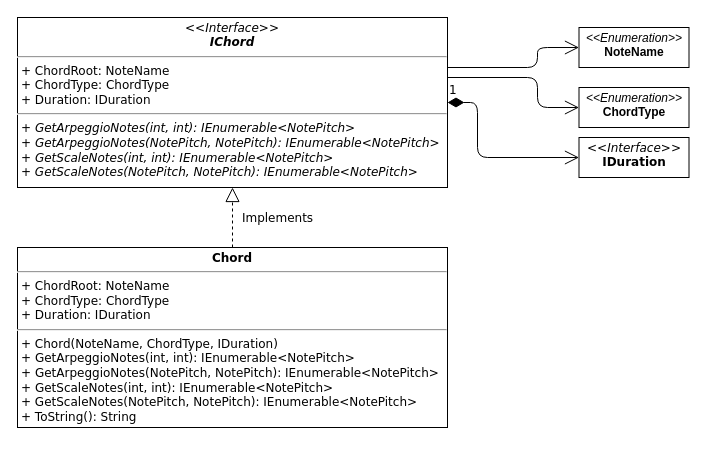
cwelt/Soloist keeps this draw.io diagram as page "Chords" (6 of 7) of Design/Diagrams/templates/Music-Theory-Class-Diagram.drawio. Above is the earlier version. Source tidied: cells renumbered, new cells numbered last; positions are measured from the earlier drawing's top-left corner, leaving out a move shared by most shapes. Both pictures are drawn from the tidied source at 100%, with x=0, y=0 at pixel (17, 17).
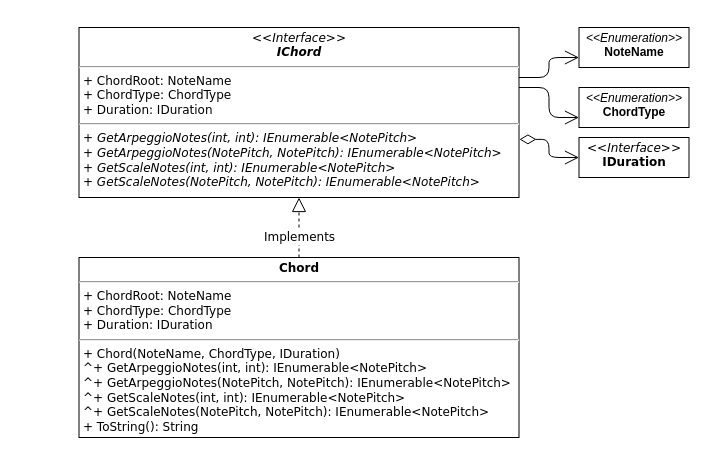
Above is the later version.

The edit, as a diff of the source:
```diff
@@
 <mxGraphModel>
   <root>
     <mxCell id="0" />
     <mxCell id="1" parent="0" />
     <mxCell id="2" value="Implements" style="endArrow=block;dashed=1;endFill=0;endSize=12;html=1;fontFamily=Verdana;fontSize=12;entryX=0.5;entryY=1;entryDx=0;entryDy=0;" parent="1" edge="1" source="9" target="8">
-      <mxGeometry y="-45" relative="1" as="geometry">
-        <mxPoint y="1" as="offset" />
-      </mxGeometry>
+      <mxGeometry x="-0.33" relative="1" as="geometry" />
     </mxCell>
     <mxCell id="3" value="&lt;p style=&quot;margin: 0px ; margin-top: 4px ; text-align: center&quot;&gt;&lt;font style=&quot;font-size: 12px&quot;&gt;&lt;i&gt;&amp;lt;&amp;lt;Enumeration&amp;gt;&amp;gt;&lt;/i&gt;&lt;br&gt;&lt;b&gt;NoteName&lt;/b&gt;&lt;/font&gt;&lt;/p&gt;" style="verticalAlign=top;align=left;overflow=fill;fontSize=12;fontFamily=Helvetica;html=1;" parent="1" vertex="1">
       <mxGeometry x="561.5" y="10" width="110" height="40" as="geometry" />
     </mxCell>
     <mxCell id="4" value="&lt;p style=&quot;margin: 0px ; margin-top: 4px ; text-align: center&quot;&gt;&lt;font style=&quot;font-size: 12px&quot;&gt;&lt;i&gt;&amp;lt;&amp;lt;Enumeration&amp;gt;&amp;gt;&lt;/i&gt;&lt;br&gt;&lt;b&gt;ChordType&lt;/b&gt;&lt;/font&gt;&lt;/p&gt;" style="verticalAlign=top;align=left;overflow=fill;fontSize=12;fontFamily=Helvetica;html=1;" parent="1" vertex="1">
       <mxGeometry x="561.5" y="70" width="110" height="40" as="geometry" />
     </mxCell>
     <mxCell id="5" style="endArrow=open;endFill=1;endSize=12;html=1;fontFamily=Verdana;fontSize=12;edgeStyle=orthogonalEdgeStyle;exitX=1;exitY=0.319;exitDx=0;exitDy=0;exitPerimeter=0;" parent="1" edge="1" source="8" target="3">
       <mxGeometry relative="1" as="geometry">
         <Array as="points">
-          <mxPoint x="410" y="54" />
-          <mxPoint x="410" y="50" />
-          <mxPoint x="520" y="50" />
-          <mxPoint x="520" y="30" />
+          <mxPoint x="421.5" y="64" />
+          <mxPoint x="421.5" y="60" />
+          <mxPoint x="531.5" y="60" />
+          <mxPoint x="531.5" y="40" />
         </Array>
       </mxGeometry>
     </mxCell>
     <mxCell id="6" style="endArrow=open;endFill=1;endSize=12;html=1;fontFamily=Verdana;fontSize=12;edgeStyle=orthogonalEdgeStyle;" parent="1" edge="1" source="8" target="4">
       <mxGeometry relative="1" as="geometry">
         <Array as="points">
-          <mxPoint x="520" y="60" />
-          <mxPoint x="520" y="90" />
+          <mxPoint x="531.5" y="70" />
+          <mxPoint x="531.5" y="100" />
         </Array>
       </mxGeometry>
     </mxCell>
     <mxCell id="7" value="&lt;p style=&quot;margin: 4px 0px 0px ; text-align: center&quot;&gt;&lt;font style=&quot;font-size: 12px&quot;&gt;&lt;i&gt;&amp;lt;&amp;lt;&lt;/i&gt;&lt;i&gt;Interface&lt;/i&gt;&lt;i&gt;&amp;gt;&amp;gt;&lt;/i&gt;&lt;br&gt;&lt;b&gt;IDuration&lt;/b&gt;&lt;/font&gt;&lt;/p&gt;" style="verticalAlign=top;align=left;overflow=fill;fontSize=12;fontFamily=Verdana;html=1;" parent="1" vertex="1">
       <mxGeometry x="561.5" y="120" width="110" height="40" as="geometry" />
     </mxCell>
     <mxCell id="8" value="&lt;p style=&quot;margin: 4px 0px 0px ; text-align: center&quot;&gt;&lt;font style=&quot;font-size: 12px&quot;&gt;&lt;i&gt;&amp;lt;&amp;lt;&lt;/i&gt;&lt;i&gt;Interface&lt;/i&gt;&lt;i&gt;&amp;gt;&amp;gt;&lt;/i&gt;&lt;br&gt;&lt;b&gt;&lt;i&gt;IChord&lt;/i&gt;&lt;/b&gt;&lt;/font&gt;&lt;/p&gt;&lt;hr&gt;&lt;p style=&quot;margin: 0px 0px 0px 4px&quot;&gt;&lt;font style=&quot;font-size: 12px&quot;&gt;+ ChordRoot: NoteName&lt;/font&gt;&lt;/p&gt;&lt;p style=&quot;margin: 0px 0px 0px 4px&quot;&gt;&lt;font style=&quot;font-size: 12px&quot;&gt;+ ChordType: ChordType&lt;br&gt;&lt;/font&gt;&lt;/p&gt;&lt;p style=&quot;margin: 0px 0px 0px 4px&quot;&gt;&lt;font style=&quot;font-size: 12px&quot;&gt;+ Duration: IDuration&lt;/font&gt;&lt;/p&gt;&lt;hr&gt;&lt;p style=&quot;margin: 0px 0px 0px 4px&quot;&gt;&lt;i&gt;+&amp;nbsp;&lt;span style=&quot;line-height: 13.8px&quot;&gt;GetArpeggioNotes&lt;/span&gt;(int, int): IEnumerable&amp;lt;NotePitch&amp;gt;&lt;/i&gt;&lt;/p&gt;&lt;p style=&quot;margin: 0px 0px 0px 4px&quot;&gt;&lt;i&gt;+&amp;nbsp;&lt;span style=&quot;line-height: 13.8px&quot;&gt;GetArpeggioNotes&lt;/span&gt;(NotePitch, NotePitch): IEnumerable&amp;lt;NotePitch&amp;gt;&lt;br&gt;&lt;/i&gt;&lt;/p&gt;&lt;p style=&quot;margin: 0px 0px 0px 4px&quot;&gt;&lt;i&gt;+&amp;nbsp;&lt;span style=&quot;line-height: 13.8px&quot;&gt;GetScaleNotes&lt;/span&gt;(int, int): IEnumerable&amp;lt;NotePitch&amp;gt;&lt;/i&gt;&lt;/p&gt;&lt;p style=&quot;margin: 0px 0px 0px 4px&quot;&gt;&lt;i&gt;+ GetScaleNotes(NotePitch, NotePitch): IEnumerable&amp;lt;NotePitch&amp;gt;&lt;/i&gt;&lt;/p&gt;&lt;p style=&quot;margin: 0px 0px 0px 4px&quot;&gt;&lt;br&gt;&lt;/p&gt;" style="verticalAlign=top;align=left;overflow=fill;fontSize=12;fontFamily=Verdana;html=1;" parent="1" vertex="1">
-      <mxGeometry width="430" height="170" as="geometry" />
+      <mxGeometry x="61.5" y="10" width="440" height="170" as="geometry" />
     </mxCell>
-    <mxCell id="9" value="&lt;p style=&quot;margin: 4px 0px 0px ; text-align: center ; font-size: 12px&quot;&gt;&lt;b style=&quot;font-size: 12px&quot;&gt;Chord&lt;/b&gt;&lt;/p&gt;&lt;hr style=&quot;font-size: 12px&quot;&gt;&lt;p style=&quot;margin: 0px 0px 0px 4px&quot;&gt;+ ChordRoot: NoteName&lt;/p&gt;&lt;p style=&quot;margin: 0px 0px 0px 4px&quot;&gt;+ ChordType: ChordType&lt;br&gt;&lt;/p&gt;&lt;p style=&quot;margin: 0px 0px 0px 4px&quot;&gt;+ Duration: IDuration&lt;/p&gt;&lt;hr style=&quot;font-size: 12px&quot;&gt;&lt;p style=&quot;margin: 0px 0px 0px 4px&quot;&gt;+ Chord(NoteName, ChordType, IDuration)&lt;br&gt;&lt;/p&gt;&lt;p style=&quot;margin: 0px 0px 0px 4px&quot;&gt;+&amp;nbsp;&lt;span style=&quot;line-height: 13.8px&quot;&gt;GetArpeggioNotes&lt;/span&gt;(int, int): IEnumerable&amp;lt;NotePitch&amp;gt;&lt;/p&gt;&lt;p style=&quot;margin: 0px 0px 0px 4px&quot;&gt;+&amp;nbsp;&lt;span style=&quot;line-height: 13.8px&quot;&gt;GetArpeggioNotes&lt;/span&gt;(NotePitch, NotePitch): IEnumerable&amp;lt;NotePitch&amp;gt;&lt;br&gt;&lt;/p&gt;&lt;p style=&quot;margin: 0px 0px 0px 4px&quot;&gt;+&amp;nbsp;&lt;span style=&quot;line-height: 13.8px&quot;&gt;GetScaleNotes&lt;/span&gt;(int, int): IEnumerable&amp;lt;NotePitch&amp;gt;&lt;/p&gt;&lt;p style=&quot;margin: 0px 0px 0px 4px&quot;&gt;+ GetScaleNotes(NotePitch, NotePitch): IEnumerable&amp;lt;NotePitch&amp;gt;&lt;/p&gt;&lt;p style=&quot;margin: 0px 0px 0px 4px&quot;&gt;+ ToString(): String&lt;/p&gt;&lt;p style=&quot;margin: 0px 0px 0px 4px&quot;&gt;&lt;br&gt;&lt;/p&gt;" style="verticalAlign=top;align=left;overflow=fill;fontSize=12;fontFamily=Verdana;html=1;" parent="1" vertex="1">
-      <mxGeometry y="230" width="430" height="180" as="geometry" />
+    <mxCell id="9" value="&lt;p style=&quot;margin: 4px 0px 0px ; text-align: center ; font-size: 12px&quot;&gt;&lt;b style=&quot;font-size: 12px&quot;&gt;Chord&lt;/b&gt;&lt;/p&gt;&lt;hr style=&quot;font-size: 12px&quot;&gt;&lt;p style=&quot;margin: 0px 0px 0px 4px&quot;&gt;+ ChordRoot: NoteName&lt;/p&gt;&lt;p style=&quot;margin: 0px 0px 0px 4px&quot;&gt;+ ChordType: ChordType&lt;br&gt;&lt;/p&gt;&lt;p style=&quot;margin: 0px 0px 0px 4px&quot;&gt;+ Duration: IDuration&lt;/p&gt;&lt;hr style=&quot;font-size: 12px&quot;&gt;&lt;p style=&quot;margin: 0px 0px 0px 4px&quot;&gt;+ Chord(NoteName, ChordType, IDuration)&lt;br&gt;&lt;/p&gt;&lt;p style=&quot;margin: 0px 0px 0px 4px&quot;&gt;^+&amp;nbsp;&lt;span style=&quot;line-height: 13.8px&quot;&gt;GetArpeggioNotes&lt;/span&gt;(int, int): IEnumerable&amp;lt;NotePitch&amp;gt;&lt;/p&gt;&lt;p style=&quot;margin: 0px 0px 0px 4px&quot;&gt;^+&amp;nbsp;&lt;span style=&quot;line-height: 13.8px&quot;&gt;GetArpeggioNotes&lt;/span&gt;(NotePitch, NotePitch): IEnumerable&amp;lt;NotePitch&amp;gt;&lt;br&gt;&lt;/p&gt;&lt;p style=&quot;margin: 0px 0px 0px 4px&quot;&gt;^+&amp;nbsp;&lt;span style=&quot;line-height: 13.8px&quot;&gt;GetScaleNotes&lt;/span&gt;(int, int): IEnumerable&amp;lt;NotePitch&amp;gt;&lt;/p&gt;&lt;p style=&quot;margin: 0px 0px 0px 4px&quot;&gt;^+ GetScaleNotes(NotePitch, NotePitch): IEnumerable&amp;lt;NotePitch&amp;gt;&lt;/p&gt;&lt;p style=&quot;margin: 0px 0px 0px 4px&quot;&gt;+ ToString(): String&lt;/p&gt;&lt;p style=&quot;margin: 0px 0px 0px 4px&quot;&gt;&lt;br&gt;&lt;/p&gt;" style="verticalAlign=top;align=left;overflow=fill;fontSize=12;fontFamily=Verdana;html=1;" parent="1" vertex="1">
+      <mxGeometry x="61.5" y="240" width="440" height="180" as="geometry" />
     </mxCell>
-    <mxCell id="10" value="1" style="endArrow=open;html=1;endSize=12;startArrow=diamondThin;startSize=14;startFill=1;edgeStyle=orthogonalEdgeStyle;align=left;verticalAlign=bottom;fontFamily=Verdana;fontSize=12;exitX=1;exitY=0.5;exitDx=0;exitDy=0;entryX=0;entryY=0.5;entryDx=0;entryDy=0;" parent="1" edge="1" source="8" target="7">
-      <mxGeometry x="-1" y="3" relative="1" as="geometry">
-        <Array as="points">
-          <mxPoint x="460" y="85" />
-          <mxPoint x="460" y="140" />
-        </Array>
-      </mxGeometry>
+    <mxCell id="10" style="endArrow=open;html=1;endSize=12;startArrow=diamondThin;startSize=14;startFill=0;edgeStyle=orthogonalEdgeStyle;align=left;verticalAlign=bottom;fontFamily=Verdana;fontSize=12;exitX=1.001;exitY=0.658;exitDx=0;exitDy=0;exitPerimeter=0;" parent="1" edge="1" source="8" target="7">
+      <mxGeometry x="-1" y="3" relative="1" as="geometry" />
     </mxCell>
   </root>
 </mxGraphModel>
```
